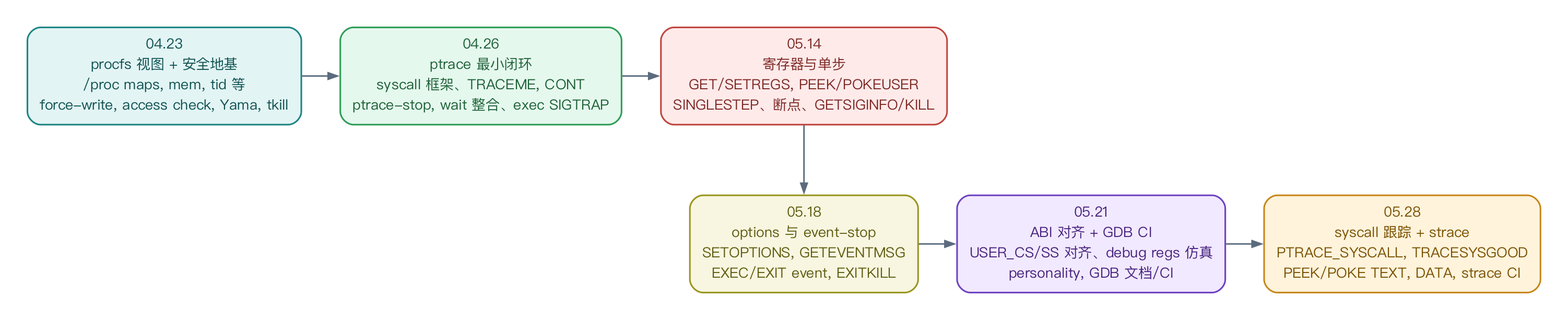
This is research_practice/assets/11_timeline.png from vvvvsv/asterinas, a Graphviz export, as it was before one commit. Its source is kept beside it as research_practice/assets/11_timeline.dot.
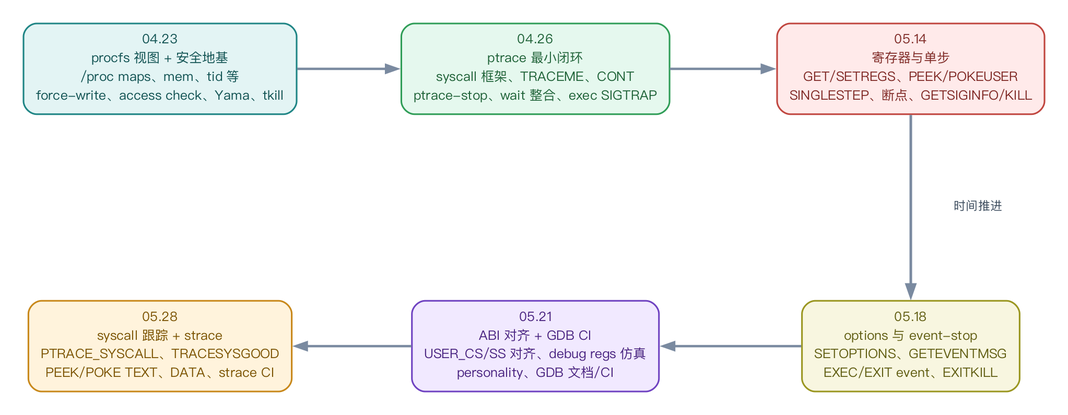
The same file after the commit.

The edit, as a diff of the source:
```diff
@@ -1,17 +1,17 @@
 digraph G {
-
-  graph [fontname="PingFang SC", bgcolor="white", pad="0.35", rankdir=TB, nodesep="0.5", ranksep="0.9"];
-  node  [fontname="PingFang SC", shape=box, style="rounded,filled", penwidth=1.5, margin="0.16,0.10", fontsize=13];
-  edge  [fontname="PingFang SC", color="#5b6b7d", penwidth=1.4, arrowsize=0.85, fontsize=11];
-  ms0 [label="04.23\nprocfs 视图 + 安全地基\n/proc maps, mem, tid 等\nforce-write, access check, Yama, tkill", fillcolor="#E3F4F4", color="#1F8585", fontcolor="#0f5151"];
-  ms1 [label="04.26\nptrace 最小闭环\nsyscall 框架、TRACEME, CONT\nptrace-stop, wait 整合、exec SIGTRAP", fillcolor="#E5F8EE", color="#2F9D57", fontcolor="#1c6035"];
-  ms2 [label="05.14\n寄存器与单步\nGET/SETREGS, PEEK/POKEUSER\nSINGLESTEP、断点、GETSIGINFO/KILL", fillcolor="#FFEAEA", color="#C0463F", fontcolor="#7d2723"];
-  ms3 [label="05.18\noptions 与 event-stop\nSETOPTIONS, GETEVENTMSG\nEXEC/EXIT event, EXITKILL", fillcolor="#F8F6E0", color="#9A9620", fontcolor="#5f5c10"];
-  ms4 [label="05.21\nABI 对齐 + GDB CI\nUSER_CS/SS 对齐、debug regs 仿真\npersonality, GDB 文档/CI", fillcolor="#F1E9FF", color="#6F42C1", fontcolor="#48227f"];
-  ms5 [label="05.28\nsyscall 跟踪 + strace\nPTRACE_SYSCALL, TRACESYSGOOD\nPEEK/POKE TEXT, DATA, strace CI", fillcolor="#FFF3DC", color="#C8881A", fontcolor="#7a5200"];
-  ms0 -> ms1 -> ms2 [constraint=false];
-  ms3 -> ms4 -> ms5 [constraint=false];
-  ms2 -> ms3 [label="", color="#5b6b7d"];
-  { rank=same; ms0; ms1; ms2; }
-  { rank=same; ms3; ms4; ms5; }
+  graph [fontname="PingFang SC", bgcolor="white", pad="0.3", splines=true];
+  node [fontname="PingFang SC", shape=box, style="rounded,filled", penwidth=1.5, margin="0.16,0.10", fontsize=12];
+  edge [fontname="PingFang SC", color="#5b6b7d", penwidth=1.6, arrowsize=0.9, fontsize=11];
+  ms0 [label="04.23\nprocfs 视图 + 安全地基\n/proc maps、mem、tid 等\nforce-write、access check、Yama、tkill", fillcolor="#E3F4F4", color="#1F8585", fontcolor="#0f5151", pos="210,405", width="2.3"];
+  ms1 [label="04.26\nptrace 最小闭环\nsyscall 框架、TRACEME、CONT\nptrace-stop、wait 整合、exec SIGTRAP", fillcolor="#E5F8EE", color="#2F9D57", fontcolor="#1c6035", pos="555,405", width="2.3"];
+  ms2 [label="05.14\n寄存器与单步\nGET/SETREGS、PEEK/POKEUSER\nSINGLESTEP、断点、GETSIGINFO/KILL", fillcolor="#FFEAEA", color="#C0463F", fontcolor="#7d2723", pos="900,405", width="2.3"];
+  ms3 [label="05.18\noptions 与 event-stop\nSETOPTIONS、GETEVENTMSG\nEXEC/EXIT event、EXITKILL", fillcolor="#F8F6E0", color="#9A9620", fontcolor="#5f5c10", pos="900,150", width="2.3"];
+  ms4 [label="05.21\nABI 对齐 + GDB CI\nUSER_CS/SS 对齐、debug regs 仿真\npersonality、GDB 文档/CI", fillcolor="#F1E9FF", color="#6F42C1", fontcolor="#48227f", pos="555,150", width="2.3"];
+  ms5 [label="05.28\nsyscall 跟踪 + strace\nPTRACE_SYSCALL、TRACESYSGOOD\nPEEK/POKE TEXT、DATA、strace CI", fillcolor="#FFF3DC", color="#C8881A", fontcolor="#7a5200", pos="210,150", width="2.3"];
+  ms0 -> ms1 [color="#7a8aa0", penwidth=2.2, arrowsize=1.0, dir=normal];
+  ms1 -> ms2 [color="#7a8aa0", penwidth=2.2, arrowsize=1.0, dir=normal];
+  ms2 -> ms3 [color="#7a8aa0", penwidth=2.4, arrowsize=1.1];
+  ms3 -> ms4 [color="#7a8aa0", penwidth=2.2, arrowsize=1.0, dir=normal];
+  ms4 -> ms5 [color="#7a8aa0", penwidth=2.2, arrowsize=1.0, dir=normal];
+  wraptxt [shape=box, style="filled", fillcolor="white", color="white", penwidth=0, margin="0.03,0.01", fontsize=11, fontcolor="#3a4a5c", pos="962,277.5", label="时间推进"];
 }
```
